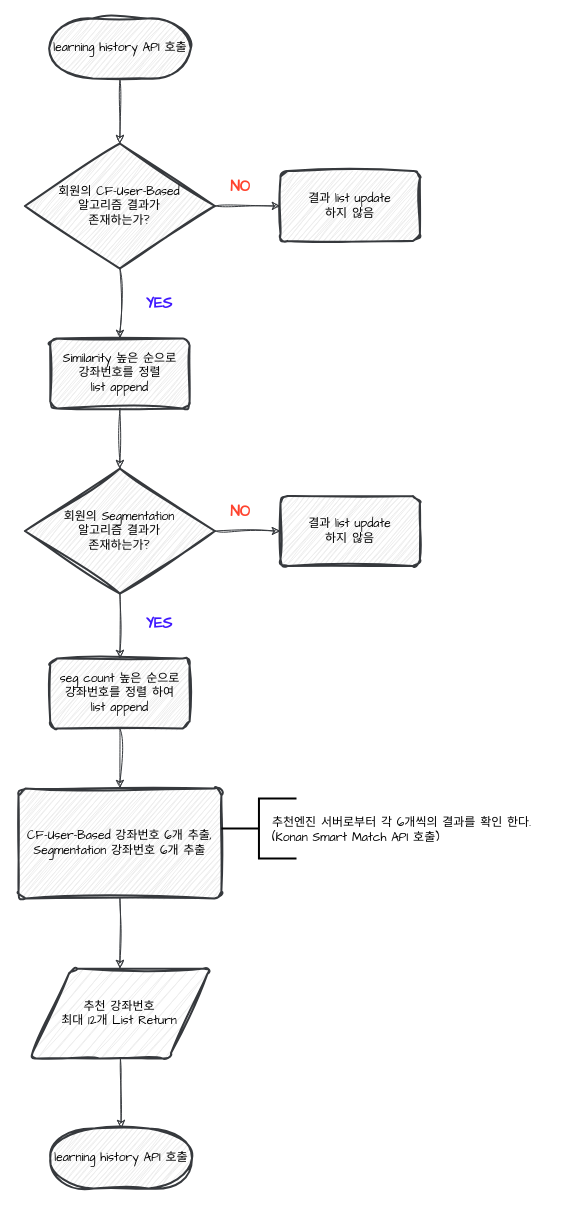
This is learning_history_api.drawio from k1mtaeye07/nile, a draw.io file, before an edit. Source tidied: cells renumbered, new cells numbered last; positions are measured from the earlier drawing's top-left corner, leaving out a move shared by most shapes. Both pictures are drawn from the tidied source at 100%, with x=0, y=0 at pixel (18, 18).
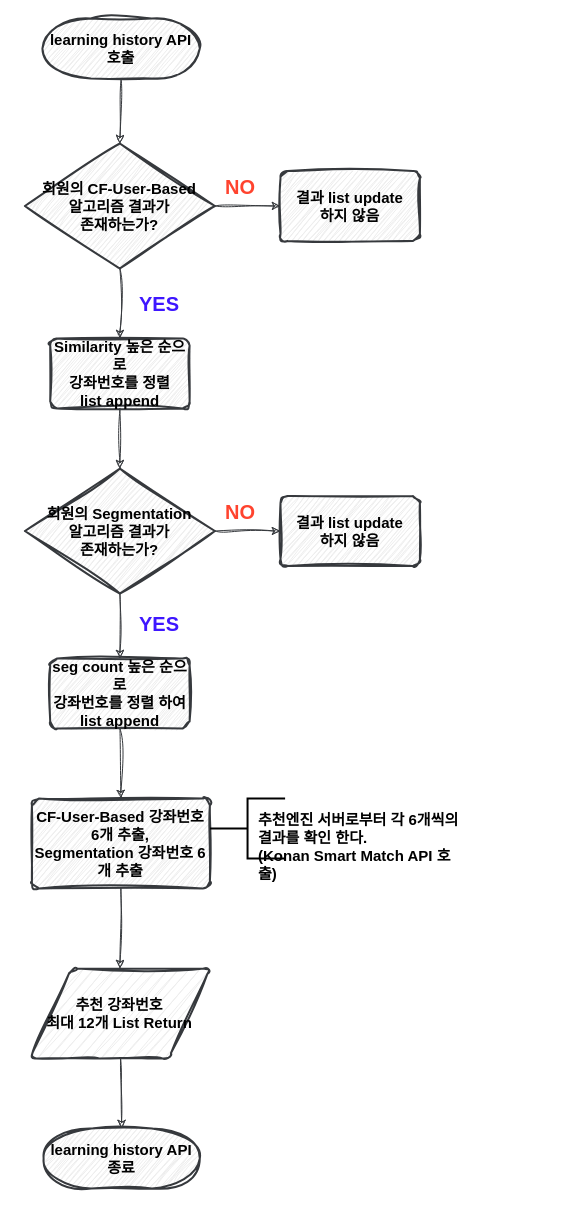
The same page after the edit.

Change to the diagram source:
```diff
@@
-    <mxCell id="2" value="learning history API 호출" style="strokeWidth=2;html=1;shape=mxgraph.flowchart.terminator;whiteSpace=wrap;sketch=1;hachureGap=4;jiggle=2;curveFitting=1;fontFamily=Architects Daughter;labelBackgroundColor=none;fontStyle=0;fillColor=#eeeeee;strokeColor=#36393d;" parent="1" vertex="1">
-      <mxGeometry x="30.6" width="141.7" height="60" as="geometry" />
+    <mxCell id="2" value="learning history API 호출" style="strokeWidth=2;html=1;shape=mxgraph.flowchart.terminator;whiteSpace=wrap;sketch=1;hachureGap=4;jiggle=2;curveFitting=1;fontFamily=나눔손글씨 부장님 눈치체;labelBackgroundColor=none;fontStyle=1;fillColor=#eeeeee;strokeColor=#36393d;fontSize=15;" parent="1" vertex="1">
+      <mxGeometry x="23.9" width="157.4" height="60" as="geometry" />
     </mxCell>
-    <mxCell id="3" style="endArrow=classic;html=1;rounded=0;sketch=1;hachureGap=4;jiggle=2;curveFitting=1;fontFamily=Architects Daughter;exitX=0.5;exitY=1;exitDx=0;exitDy=0;exitPerimeter=0;entryX=0.5;entryY=0;entryDx=0;entryDy=0;entryPerimeter=0;fillColor=#eeeeee;strokeColor=#36393d;" parent="1" edge="1" source="2" target="4">
+    <mxCell id="3" style="endArrow=classic;html=1;rounded=0;sketch=1;hachureGap=4;jiggle=2;curveFitting=1;fontFamily=나눔손글씨 부장님 눈치체;exitX=0.5;exitY=1;exitDx=0;exitDy=0;exitPerimeter=0;entryX=0.5;entryY=0;entryDx=0;entryDy=0;entryPerimeter=0;fillColor=#eeeeee;strokeColor=#36393d;fontSize=15;fontStyle=1;" parent="1" edge="1" source="2" target="4">
       <mxGeometry relative="1" as="geometry" />
     </mxCell>
-    <mxCell id="4" value="회원의 CF-User-Based&lt;div&gt;알고리즘 결과가&lt;/div&gt;&lt;div&gt;존재하는가?&lt;/div&gt;" style="strokeWidth=2;html=1;shape=mxgraph.flowchart.decision;whiteSpace=wrap;sketch=1;hachureGap=4;jiggle=2;curveFitting=1;fontFamily=Architects Daughter;fillColor=#eeeeee;strokeColor=#36393d;" parent="1" vertex="1">
+    <mxCell id="4" value="회원의 CF-User-Based&lt;div style=&quot;font-size: 15px;&quot;&gt;알고리즘 결과가&lt;/div&gt;&lt;div style=&quot;font-size: 15px;&quot;&gt;존재하는가?&lt;/div&gt;" style="strokeWidth=2;html=1;shape=mxgraph.flowchart.decision;whiteSpace=wrap;sketch=1;hachureGap=4;jiggle=2;curveFitting=1;fontFamily=나눔손글씨 부장님 눈치체;fillColor=#eeeeee;strokeColor=#36393d;fontSize=15;fontStyle=1;" parent="1" vertex="1">
       <mxGeometry x="6.4" y="125" width="190" height="125" as="geometry" />
     </mxCell>
-    <mxCell id="5" style="endArrow=classic;html=1;rounded=0;sketch=1;hachureGap=4;jiggle=2;curveFitting=1;fontFamily=Architects Daughter;exitX=1;exitY=0.5;exitDx=0;exitDy=0;exitPerimeter=0;entryX=0;entryY=0.5;entryDx=0;entryDy=0;fillColor=#eeeeee;strokeColor=#36393d;" parent="1" edge="1" source="4" target="7">
+    <mxCell id="5" style="endArrow=classic;html=1;rounded=0;sketch=1;hachureGap=4;jiggle=2;curveFitting=1;fontFamily=나눔손글씨 부장님 눈치체;exitX=1;exitY=0.5;exitDx=0;exitDy=0;exitPerimeter=0;entryX=0;entryY=0.5;entryDx=0;entryDy=0;fillColor=#eeeeee;strokeColor=#36393d;fontSize=15;fontStyle=1;" parent="1" edge="1" source="4" target="7">
       <mxGeometry relative="1" as="geometry" />
     </mxCell>
-    <mxCell id="6" value="NO" style="text;html=1;align=center;verticalAlign=middle;whiteSpace=wrap;rounded=0;fontFamily=Architects Daughter;fontSize=15;fillColor=none;fontStyle=1;fontColor=#FF432E;" parent="1" vertex="1">
+    <mxCell id="6" value="NO" style="text;html=1;align=center;verticalAlign=middle;whiteSpace=wrap;rounded=0;fontFamily=나눔손글씨 부장님 눈치체;fontSize=20;fillColor=none;fontStyle=1;fontColor=#FF432E;" parent="1" vertex="1">
       <mxGeometry x="191.5" y="152.5" width="60" height="30" as="geometry" />
     </mxCell>
-    <mxCell id="7" value="&lt;div&gt;결과 list update&lt;/div&gt;&lt;div&gt;하지 않음&lt;/div&gt;" style="rounded=1;whiteSpace=wrap;html=1;absoluteArcSize=1;arcSize=14;strokeWidth=2;sketch=1;hachureGap=4;jiggle=2;curveFitting=1;fontFamily=Architects Daughter;fillColor=#eeeeee;strokeColor=#36393d;" parent="1" vertex="1">
+    <mxCell id="7" value="&lt;div style=&quot;font-size: 15px;&quot;&gt;결과 list update&lt;/div&gt;&lt;div style=&quot;font-size: 15px;&quot;&gt;하지 않음&lt;/div&gt;" style="rounded=1;whiteSpace=wrap;html=1;absoluteArcSize=1;arcSize=14;strokeWidth=2;sketch=1;hachureGap=4;jiggle=2;curveFitting=1;fontFamily=나눔손글씨 부장님 눈치체;fillColor=#eeeeee;strokeColor=#36393d;fontSize=15;fontStyle=1;" parent="1" vertex="1">
       <mxGeometry x="262" y="152.5" width="139.4" height="70" as="geometry" />
     </mxCell>
-    <mxCell id="8" value="YES" style="text;html=1;align=center;verticalAlign=middle;whiteSpace=wrap;rounded=0;fontFamily=Architects Daughter;fontSize=15;fillColor=none;fontStyle=1;fontColor=#3E17FF;" parent="1" vertex="1">
+    <mxCell id="8" value="YES" style="text;html=1;align=center;verticalAlign=middle;whiteSpace=wrap;rounded=0;fontFamily=나눔손글씨 부장님 눈치체;fontSize=20;fillColor=none;fontStyle=1;fontColor=#3E17FF;" parent="1" vertex="1">
       <mxGeometry x="111.1" y="270" width="60" height="30" as="geometry" />
     </mxCell>
-    <mxCell id="9" style="endArrow=classic;html=1;rounded=0;sketch=1;hachureGap=4;jiggle=2;curveFitting=1;fontFamily=Architects Daughter;exitX=0.5;exitY=1;exitDx=0;exitDy=0;exitPerimeter=0;fillColor=#eeeeee;strokeColor=#36393d;entryX=0.5;entryY=0;entryDx=0;entryDy=0;" parent="1" edge="1" source="4" target="10">
+    <mxCell id="9" style="endArrow=classic;html=1;rounded=0;sketch=1;hachureGap=4;jiggle=2;curveFitting=1;fontFamily=나눔손글씨 부장님 눈치체;exitX=0.5;exitY=1;exitDx=0;exitDy=0;exitPerimeter=0;fillColor=#eeeeee;strokeColor=#36393d;entryX=0.5;entryY=0;entryDx=0;entryDy=0;fontSize=15;fontStyle=1;" parent="1" edge="1" source="4" target="10">
       <mxGeometry relative="1" as="geometry" />
     </mxCell>
-    <mxCell id="10" value="&lt;div&gt;Similarity&amp;nbsp;&lt;span style=&quot;background-color: initial;&quot;&gt;높은 순으로&lt;/span&gt;&lt;/div&gt;&lt;div&gt;&lt;span style=&quot;background-color: initial;&quot;&gt;강좌번호를&amp;nbsp;&lt;/span&gt;&lt;span style=&quot;background-color: initial;&quot;&gt;정렬&lt;/span&gt;&lt;/div&gt;&lt;div&gt;list append&lt;/div&gt;" style="rounded=1;whiteSpace=wrap;html=1;absoluteArcSize=1;arcSize=14;strokeWidth=2;sketch=1;hachureGap=4;jiggle=2;curveFitting=1;fontFamily=Architects Daughter;fillColor=#eeeeee;strokeColor=#36393d;" parent="1" vertex="1">
+    <mxCell id="10" value="&lt;div style=&quot;font-size: 15px;&quot;&gt;Similarity&amp;nbsp;&lt;span style=&quot;background-color: initial; font-size: 15px;&quot;&gt;높은 순으로&lt;/span&gt;&lt;/div&gt;&lt;div style=&quot;font-size: 15px;&quot;&gt;&lt;span style=&quot;background-color: initial; font-size: 15px;&quot;&gt;강좌번호를&amp;nbsp;&lt;/span&gt;&lt;span style=&quot;background-color: initial; font-size: 15px;&quot;&gt;정렬&lt;/span&gt;&lt;/div&gt;&lt;div style=&quot;font-size: 15px;&quot;&gt;list append&lt;/div&gt;" style="rounded=1;whiteSpace=wrap;html=1;absoluteArcSize=1;arcSize=14;strokeWidth=2;sketch=1;hachureGap=4;jiggle=2;curveFitting=1;fontFamily=나눔손글씨 부장님 눈치체;fillColor=#eeeeee;strokeColor=#36393d;fontSize=15;fontStyle=1;" parent="1" vertex="1">
       <mxGeometry x="31.7" y="320" width="139.4" height="70" as="geometry" />
     </mxCell>
-    <mxCell id="11" style="endArrow=classic;html=1;rounded=0;sketch=1;hachureGap=4;jiggle=2;curveFitting=1;fontFamily=Architects Daughter;exitX=0.5;exitY=1;exitDx=0;exitDy=0;fillColor=#eeeeee;strokeColor=#36393d;entryX=0.5;entryY=0;entryDx=0;entryDy=0;entryPerimeter=0;" parent="1" edge="1" source="10" target="12">
+    <mxCell id="11" style="endArrow=classic;html=1;rounded=0;sketch=1;hachureGap=4;jiggle=2;curveFitting=1;fontFamily=나눔손글씨 부장님 눈치체;exitX=0.5;exitY=1;exitDx=0;exitDy=0;fillColor=#eeeeee;strokeColor=#36393d;entryX=0.5;entryY=0;entryDx=0;entryDy=0;entryPerimeter=0;fontSize=15;fontStyle=1;" parent="1" edge="1" source="10" target="12">
       <mxGeometry relative="1" as="geometry" />
     </mxCell>
-    <mxCell id="12" value="회원의 Segmentation&lt;div&gt;알고리즘 결과가&lt;/div&gt;&lt;div&gt;존재하는가?&lt;/div&gt;" style="strokeWidth=2;html=1;shape=mxgraph.flowchart.decision;whiteSpace=wrap;sketch=1;hachureGap=4;jiggle=2;curveFitting=1;fontFamily=Architects Daughter;fillColor=#eeeeee;strokeColor=#36393d;" parent="1" vertex="1">
+    <mxCell id="12" value="회원의 Segmentation&lt;div style=&quot;font-size: 15px;&quot;&gt;알고리즘 결과가&lt;/div&gt;&lt;div style=&quot;font-size: 15px;&quot;&gt;존재하는가?&lt;/div&gt;" style="strokeWidth=2;html=1;shape=mxgraph.flowchart.decision;whiteSpace=wrap;sketch=1;hachureGap=4;jiggle=2;curveFitting=1;fontFamily=나눔손글씨 부장님 눈치체;fillColor=#eeeeee;strokeColor=#36393d;fontSize=15;fontStyle=1;" parent="1" vertex="1">
       <mxGeometry x="6.4" y="450" width="190" height="125" as="geometry" />
     </mxCell>
-    <mxCell id="13" value="&lt;div&gt;seg count&amp;nbsp;&lt;span style=&quot;background-color: initial;&quot;&gt;높은 순으로&lt;/span&gt;&lt;/div&gt;&lt;div&gt;&lt;span style=&quot;background-color: initial;&quot;&gt;강좌번호를&amp;nbsp;&lt;/span&gt;&lt;span style=&quot;background-color: initial;&quot;&gt;정렬 하여&lt;/span&gt;&lt;/div&gt;&lt;div&gt;list append&lt;/div&gt;" style="rounded=1;whiteSpace=wrap;html=1;absoluteArcSize=1;arcSize=14;strokeWidth=2;sketch=1;hachureGap=4;jiggle=2;curveFitting=1;fontFamily=Architects Daughter;fillColor=#eeeeee;strokeColor=#36393d;" parent="1" vertex="1">
+    <mxCell id="13" value="&lt;div style=&quot;font-size: 15px;&quot;&gt;seg count&amp;nbsp;&lt;span style=&quot;background-color: initial; font-size: 15px;&quot;&gt;높은 순으로&lt;/span&gt;&lt;/div&gt;&lt;div style=&quot;font-size: 15px;&quot;&gt;&lt;span style=&quot;background-color: initial; font-size: 15px;&quot;&gt;강좌번호를&amp;nbsp;&lt;/span&gt;&lt;span style=&quot;background-color: initial; font-size: 15px;&quot;&gt;정렬 하여&lt;/span&gt;&lt;/div&gt;&lt;div style=&quot;font-size: 15px;&quot;&gt;list append&lt;/div&gt;" style="rounded=1;whiteSpace=wrap;html=1;absoluteArcSize=1;arcSize=14;strokeWidth=2;sketch=1;hachureGap=4;jiggle=2;curveFitting=1;fontFamily=나눔손글씨 부장님 눈치체;fillColor=#eeeeee;strokeColor=#36393d;fontSize=15;fontStyle=1;" parent="1" vertex="1">
       <mxGeometry x="31.7" y="640" width="139.4" height="70" as="geometry" />
     </mxCell>
-    <mxCell id="14" style="endArrow=classic;html=1;rounded=0;sketch=1;hachureGap=4;jiggle=2;curveFitting=1;fontFamily=Architects Daughter;exitX=0.5;exitY=1;exitDx=0;exitDy=0;fillColor=#eeeeee;strokeColor=#36393d;exitPerimeter=0;" parent="1" edge="1" source="12" target="13">
+    <mxCell id="14" style="endArrow=classic;html=1;rounded=0;sketch=1;hachureGap=4;jiggle=2;curveFitting=1;fontFamily=나눔손글씨 부장님 눈치체;exitX=0.5;exitY=1;exitDx=0;exitDy=0;fillColor=#eeeeee;strokeColor=#36393d;exitPerimeter=0;fontSize=15;fontStyle=1;" parent="1" edge="1" source="12" target="13">
       <mxGeometry relative="1" as="geometry" />
     </mxCell>
-    <mxCell id="15" style="endArrow=classic;html=1;rounded=0;sketch=1;hachureGap=4;jiggle=2;curveFitting=1;fontFamily=Architects Daughter;exitX=1;exitY=0.5;exitDx=0;exitDy=0;exitPerimeter=0;entryX=0;entryY=0.5;entryDx=0;entryDy=0;fillColor=#eeeeee;strokeColor=#36393d;" parent="1" edge="1" source="12" target="17">
+    <mxCell id="15" style="endArrow=classic;html=1;rounded=0;sketch=1;hachureGap=4;jiggle=2;curveFitting=1;fontFamily=나눔손글씨 부장님 눈치체;exitX=1;exitY=0.5;exitDx=0;exitDy=0;exitPerimeter=0;entryX=0;entryY=0.5;entryDx=0;entryDy=0;fillColor=#eeeeee;strokeColor=#36393d;fontSize=15;fontStyle=1;" parent="1" edge="1" source="12" target="17">
       <mxGeometry relative="1" as="geometry" />
     </mxCell>
-    <mxCell id="16" value="NO" style="text;html=1;align=center;verticalAlign=middle;whiteSpace=wrap;rounded=0;fontFamily=Architects Daughter;fontSize=15;fillColor=none;fontStyle=1;fontColor=#FF432E;" parent="1" vertex="1">
+    <mxCell id="16" value="NO" style="text;html=1;align=center;verticalAlign=middle;whiteSpace=wrap;rounded=0;fontFamily=나눔손글씨 부장님 눈치체;fontSize=20;fillColor=none;fontStyle=1;fontColor=#FF432E;" parent="1" vertex="1">
       <mxGeometry x="191.5" y="477.5" width="60" height="30" as="geometry" />
     </mxCell>
-    <mxCell id="17" value="&lt;div&gt;결과 list update&lt;/div&gt;&lt;div&gt;하지 않음&lt;/div&gt;" style="rounded=1;whiteSpace=wrap;html=1;absoluteArcSize=1;arcSize=14;strokeWidth=2;sketch=1;hachureGap=4;jiggle=2;curveFitting=1;fontFamily=Architects Daughter;fillColor=#eeeeee;strokeColor=#36393d;" parent="1" vertex="1">
+    <mxCell id="17" value="&lt;div style=&quot;font-size: 15px;&quot;&gt;결과 list update&lt;/div&gt;&lt;div style=&quot;font-size: 15px;&quot;&gt;하지 않음&lt;/div&gt;" style="rounded=1;whiteSpace=wrap;html=1;absoluteArcSize=1;arcSize=14;strokeWidth=2;sketch=1;hachureGap=4;jiggle=2;curveFitting=1;fontFamily=나눔손글씨 부장님 눈치체;fillColor=#eeeeee;strokeColor=#36393d;fontSize=15;fontStyle=1;" parent="1" vertex="1">
       <mxGeometry x="262" y="477.5" width="139.4" height="70" as="geometry" />
     </mxCell>
-    <mxCell id="18" value="YES" style="text;html=1;align=center;verticalAlign=middle;whiteSpace=wrap;rounded=0;fontFamily=Architects Daughter;fontSize=15;fillColor=none;fontStyle=1;fontColor=#3E17FF;" parent="1" vertex="1">
+    <mxCell id="18" value="YES" style="text;html=1;align=center;verticalAlign=middle;whiteSpace=wrap;rounded=0;fontFamily=나눔손글씨 부장님 눈치체;fontSize=20;fillColor=none;fontStyle=1;fontColor=#3E17FF;" parent="1" vertex="1">
       <mxGeometry x="111.1" y="590" width="60" height="30" as="geometry" />
     </mxCell>
-    <mxCell id="19" value="CF-User-Based 강좌번호 6개 추출,&lt;div&gt;Segmentation 강좌번호 6개 추출&lt;br&gt;&lt;/div&gt;" style="rounded=1;whiteSpace=wrap;html=1;absoluteArcSize=1;arcSize=14;strokeWidth=2;sketch=1;hachureGap=4;jiggle=2;curveFitting=1;fontFamily=Architects Daughter;fillColor=#eeeeee;strokeColor=#36393d;" parent="1" vertex="1">
-      <mxGeometry y="770" width="202.9" height="110" as="geometry" />
+    <mxCell id="19" value="CF-User-Based 강좌번호 6개 추출,&lt;div style=&quot;font-size: 15px;&quot;&gt;Segmentation 강좌번호 6개 추출&lt;br style=&quot;font-size: 15px;&quot;&gt;&lt;/div&gt;" style="rounded=1;whiteSpace=wrap;html=1;absoluteArcSize=1;arcSize=14;strokeWidth=2;sketch=1;hachureGap=4;jiggle=2;curveFitting=1;fontFamily=나눔손글씨 부장님 눈치체;fillColor=#eeeeee;strokeColor=#36393d;fontSize=15;fontStyle=1;" parent="1" vertex="1">
+      <mxGeometry x="13.4" y="780" width="178" height="90" as="geometry" />
     </mxCell>
-    <mxCell id="20" style="endArrow=classic;html=1;rounded=0;sketch=1;hachureGap=4;jiggle=2;curveFitting=1;fontFamily=Architects Daughter;exitX=0.5;exitY=1;exitDx=0;exitDy=0;fillColor=#eeeeee;strokeColor=#36393d;entryX=0.5;entryY=0;entryDx=0;entryDy=0;" parent="1" edge="1" source="13" target="19">
+    <mxCell id="20" style="endArrow=classic;html=1;rounded=0;sketch=1;hachureGap=4;jiggle=2;curveFitting=1;fontFamily=나눔손글씨 부장님 눈치체;exitX=0.5;exitY=1;exitDx=0;exitDy=0;fillColor=#eeeeee;strokeColor=#36393d;entryX=0.5;entryY=0;entryDx=0;entryDy=0;fontSize=15;fontStyle=1;" parent="1" edge="1" source="13" target="19">
       <mxGeometry relative="1" as="geometry" />
     </mxCell>
-    <mxCell id="21" style="endArrow=classic;html=1;rounded=0;sketch=1;hachureGap=4;jiggle=2;curveFitting=1;fontFamily=Architects Daughter;entryX=0.5;entryY=0;entryDx=0;entryDy=0;fillColor=#eeeeee;strokeColor=#36393d;entryPerimeter=0;" parent="1" edge="1" source="24" target="23">
+    <mxCell id="21" style="endArrow=classic;html=1;rounded=0;sketch=1;hachureGap=4;jiggle=2;curveFitting=1;fontFamily=나눔손글씨 부장님 눈치체;entryX=0.5;entryY=0;entryDx=0;entryDy=0;fillColor=#eeeeee;strokeColor=#36393d;entryPerimeter=0;fontSize=15;fontStyle=1;" parent="1" edge="1" source="24" target="23">
       <mxGeometry relative="1" as="geometry" />
     </mxCell>
-    <mxCell id="22" style="endArrow=classic;html=1;rounded=0;sketch=1;hachureGap=4;jiggle=2;curveFitting=1;fontFamily=Architects Daughter;exitX=0.5;exitY=1;exitDx=0;exitDy=0;fillColor=#eeeeee;strokeColor=#36393d;entryX=0.5;entryY=0;entryDx=0;entryDy=0;" parent="1" edge="1" source="19" target="24">
+    <mxCell id="22" style="endArrow=classic;html=1;rounded=0;sketch=1;hachureGap=4;jiggle=2;curveFitting=1;fontFamily=나눔손글씨 부장님 눈치체;exitX=0.5;exitY=1;exitDx=0;exitDy=0;fillColor=#eeeeee;strokeColor=#36393d;entryX=0.5;entryY=0;entryDx=0;entryDy=0;fontSize=15;fontStyle=1;" parent="1" edge="1" source="19" target="24">
       <mxGeometry relative="1" as="geometry" />
     </mxCell>
-    <mxCell id="23" value="learning history API 호출" style="strokeWidth=2;html=1;shape=mxgraph.flowchart.terminator;whiteSpace=wrap;sketch=1;hachureGap=4;jiggle=2;curveFitting=1;fontFamily=Architects Daughter;labelBackgroundColor=none;fontStyle=0;fillColor=#eeeeee;strokeColor=#36393d;" parent="1" vertex="1">
-      <mxGeometry x="31.8" y="1110" width="141.7" height="60" as="geometry" />
+    <mxCell id="23" value="learning history API 종료" style="strokeWidth=2;html=1;shape=mxgraph.flowchart.terminator;whiteSpace=wrap;sketch=1;hachureGap=4;jiggle=2;curveFitting=1;fontFamily=나눔손글씨 부장님 눈치체;labelBackgroundColor=none;fontStyle=1;fillColor=#eeeeee;strokeColor=#36393d;fontSize=15;" parent="1" vertex="1">
+      <mxGeometry x="25.1" y="1110" width="156.2" height="60" as="geometry" />
     </mxCell>
-    <mxCell id="24" value="&lt;span style=&quot;font-family: &amp;quot;Architects Daughter&amp;quot;;&quot;&gt;추천 강좌번호&lt;/span&gt;&lt;div style=&quot;font-family: &amp;quot;Architects Daughter&amp;quot;;&quot;&gt;최대 12개&amp;nbsp;&lt;span style=&quot;background-color: initial;&quot;&gt;List Return&lt;/span&gt;&lt;/div&gt;" style="shape=parallelogram;html=1;strokeWidth=2;perimeter=parallelogramPerimeter;whiteSpace=wrap;rounded=1;arcSize=12;size=0.23;fillColor=#eeeeee;strokeColor=#36393d;sketch=1;curveFitting=1;jiggle=2;" parent="1" vertex="1">
+    <mxCell id="24" value="&lt;span style=&quot;font-size: 15px;&quot;&gt;추천 강좌번호&lt;/span&gt;&lt;div style=&quot;font-size: 15px;&quot;&gt;최대 12개&amp;nbsp;&lt;span style=&quot;background-color: initial; font-size: 15px;&quot;&gt;List Return&lt;/span&gt;&lt;/div&gt;" style="shape=parallelogram;html=1;strokeWidth=2;perimeter=parallelogramPerimeter;whiteSpace=wrap;rounded=1;arcSize=12;size=0.23;fillColor=#eeeeee;strokeColor=#36393d;sketch=1;curveFitting=1;jiggle=2;fontFamily=나눔손글씨 부장님 눈치체;fontSize=15;fontStyle=1;" parent="1" vertex="1">
       <mxGeometry x="11.4" y="950" width="180" height="90" as="geometry" />
     </mxCell>
-    <mxCell id="25" style="strokeWidth=2;html=1;shape=mxgraph.flowchart.annotation_2;align=left;labelPosition=right;" parent="1" vertex="1">
-      <mxGeometry x="202.9" y="780" width="75.1" height="60" as="geometry" />
+    <mxCell id="25" style="strokeWidth=2;html=1;shape=mxgraph.flowchart.annotation_2;align=left;labelPosition=right;fontFamily=나눔손글씨 부장님 눈치체;fontSize=15;fontStyle=1;" parent="1" vertex="1">
+      <mxGeometry x="191.5" y="780" width="75.1" height="60" as="geometry" />
     </mxCell>
-    <mxCell id="26" value="&lt;div style=&quot;&quot;&gt;&lt;span style=&quot;background-color: initial; font-family: &amp;quot;Architects Daughter&amp;quot;;&quot;&gt;추천엔진 서버로부터 각 6개씩의 결과를 확인 한다. (&lt;/span&gt;&lt;span style=&quot;font-family: &amp;quot;Architects Daughter&amp;quot;; background-color: initial;&quot;&gt;Konan Smart Match API 호출&lt;/span&gt;&lt;span style=&quot;background-color: initial; font-family: &amp;quot;Architects Daughter&amp;quot;;&quot;&gt;)&lt;/span&gt;&lt;/div&gt;" style="text;whiteSpace=wrap;html=1;align=left;" parent="1" vertex="1">
-      <mxGeometry x="251.5" y="790" width="286.5" height="60" as="geometry" />
+    <mxCell id="26" value="&lt;div style=&quot;font-size: 15px;&quot;&gt;&lt;span style=&quot;background-color: initial; font-size: 15px;&quot;&gt;추천엔진 서버로부터 각 6개씩의 결과를 확인 한다.&lt;/span&gt;&lt;/div&gt;&lt;div style=&quot;font-size: 15px;&quot;&gt;&lt;span&gt;&lt;span style=&quot;background-color: initial; font-size: 15px;&quot;&gt;(&lt;/span&gt;&lt;span style=&quot;background-color: initial; font-size: 15px;&quot;&gt;Konan Smart Match API 호출&lt;/span&gt;&lt;span style=&quot;background-color: initial; font-size: 15px;&quot;&gt;)&lt;/span&gt;&lt;/span&gt;&lt;/div&gt;" style="text;whiteSpace=wrap;html=1;align=left;fontFamily=나눔손글씨 부장님 눈치체;fontSize=15;fontStyle=1;" parent="1" vertex="1">
+      <mxGeometry x="238" y="786" width="206.5" height="60" as="geometry" />
     </mxCell>
```
